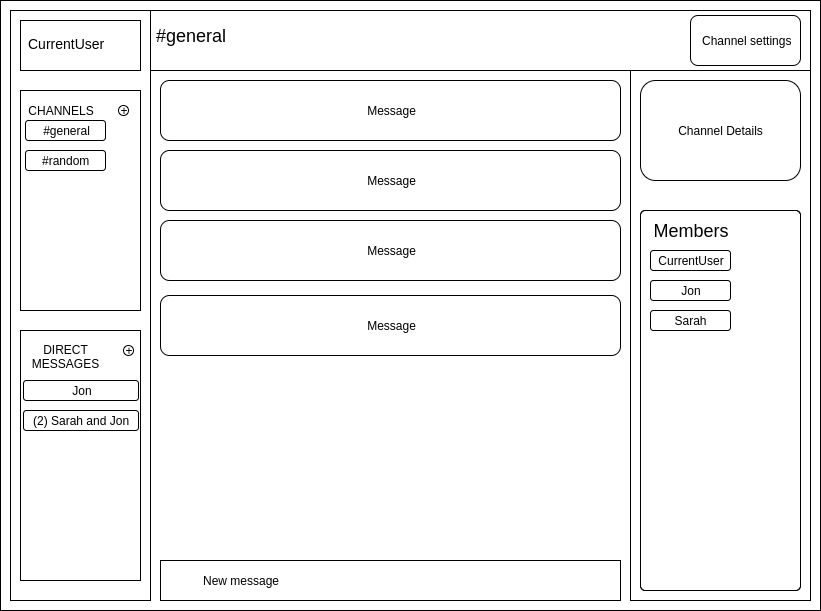
joshgelbard/Remiss keeps this draw.io diagram as docs/wireframes/chat-view.png. Above is the earlier version. Source tidied: cells renumbered, new cells last; positions are measured from the earlier drawing's top-left corner, leaving out a move shared by most shapes.
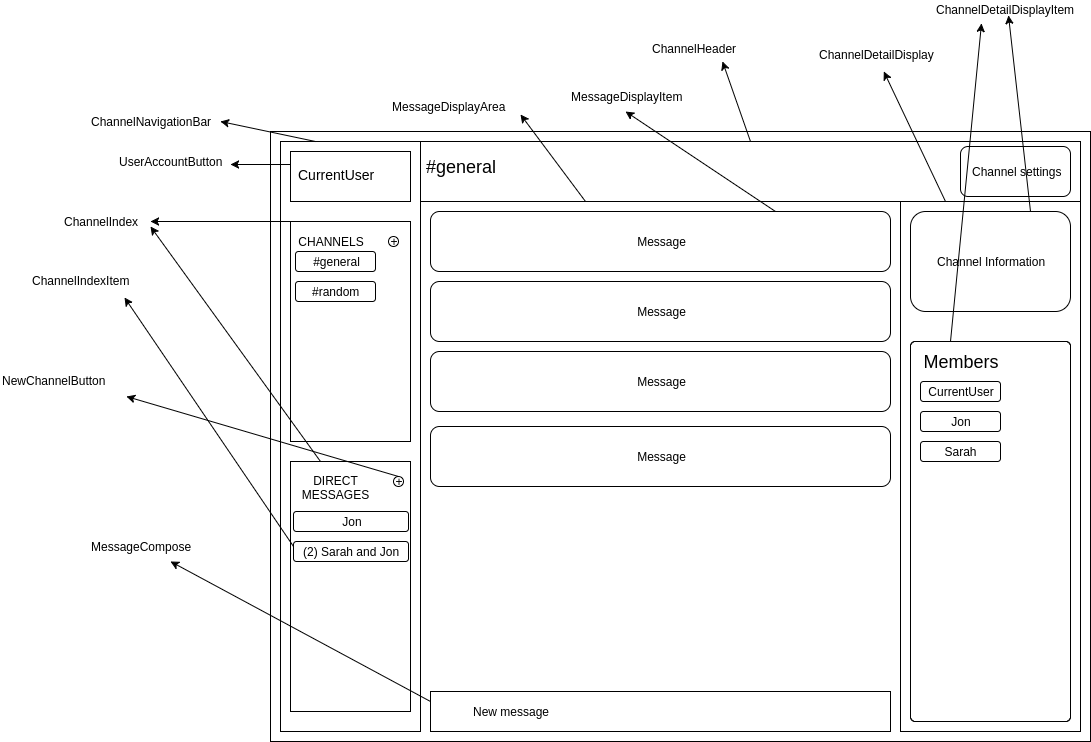
Above is the later version.

The edit, as a diff of the source:
```diff
@@ -47,7 +47,7 @@
     <mxCell id="16" value="(2) Sarah and Jon" style="rounded=1;whiteSpace=wrap;html=1;" parent="1" vertex="1">
       <mxGeometry x="23" y="410" width="115" height="20" as="geometry" />
     </mxCell>
-    <mxCell id="17" value="Channel Details" style="rounded=1;whiteSpace=wrap;html=1;" parent="1" vertex="1">
+    <mxCell id="17" value="Channel Information" style="rounded=1;whiteSpace=wrap;html=1;" parent="1" vertex="1">
       <mxGeometry x="640" y="80" width="160" height="100" as="geometry" />
     </mxCell>
     <mxCell id="18" style="rounded=1;whiteSpace=wrap;html=1;arcSize=3;" parent="1" vertex="1">
@@ -92,5 +92,81 @@
     <mxCell id="31" value="Jon" style="rounded=1;whiteSpace=wrap;html=1;" parent="1" vertex="1">
       <mxGeometry x="23" y="380" width="115" height="20" as="geometry" />
     </mxCell>
+    <mxCell id="32" style="endArrow=classic;html=1;exitX=0.25;exitY=0;" parent="1" edge="1" source="3">
+      <mxGeometry relative="1" as="geometry">
+        <mxPoint x="-50" y="-10" as="targetPoint" />
+      </mxGeometry>
+    </mxCell>
+    <mxCell id="33" value="ChannelNavigationBar" style="text;html=1;strokeColor=none;fillColor=none;align=center;verticalAlign=middle;whiteSpace=wrap;" parent="1" vertex="1">
+      <mxGeometry x="-140" y="-20" width="40" height="20" as="geometry" />
+    </mxCell>
+    <mxCell id="34" style="endArrow=classic;html=1;exitX=0;exitY=0.25;" parent="1" edge="1" source="4">
+      <mxGeometry relative="1" as="geometry">
+        <mxPoint x="-40" y="33" as="targetPoint" />
+      </mxGeometry>
+    </mxCell>
+    <mxCell id="35" value="UserAccountButton" style="text;html=1;strokeColor=none;fillColor=none;align=center;verticalAlign=middle;whiteSpace=wrap;" parent="1" vertex="1">
+      <mxGeometry x="-120" y="20" width="40" height="20" as="geometry" />
+    </mxCell>
+    <mxCell id="36" value="ChannelIndex" style="text;html=1;strokeColor=none;fillColor=none;align=center;verticalAlign=middle;whiteSpace=wrap;" parent="1" vertex="1">
+      <mxGeometry x="-220" y="80" width="100" height="20" as="geometry" />
+    </mxCell>
+    <mxCell id="37" style="endArrow=classic;html=1;exitX=0.25;exitY=0;entryX=1;entryY=0.5;" parent="1" edge="1" source="5" target="36">
+      <mxGeometry relative="1" as="geometry" />
+    </mxCell>
+    <mxCell id="38" value="ChannelIndexItem" style="text;html=1;points=[];align=left;verticalAlign=top;spacingTop=-4;" parent="1" vertex="1">
+      <mxGeometry x="-240" y="140" width="110" height="20" as="geometry" />
+    </mxCell>
+    <mxCell id="39" style="endArrow=classic;html=1;exitX=0.25;exitY=0;entryX=1;entryY=0.75;" parent="1" edge="1" source="6" target="36">
+      <mxGeometry relative="1" as="geometry" />
+    </mxCell>
+    <mxCell id="40" style="endArrow=classic;html=1;exitX=0;exitY=0.25;entryX=0.857;entryY=1.323;entryPerimeter=0;" parent="1" edge="1" source="16" target="38">
+      <mxGeometry relative="1" as="geometry" />
+    </mxCell>
+    <mxCell id="41" value="MessageDisplayArea" style="text;html=1;strokeColor=none;fillColor=none;align=center;verticalAlign=middle;whiteSpace=wrap;" parent="1" vertex="1">
+      <mxGeometry x="105" y="-40" width="145" height="30" as="geometry" />
+    </mxCell>
+    <mxCell id="42" style="endArrow=classic;html=1;exitX=0.25;exitY=1;entryX=1;entryY=0.75;" parent="1" edge="1" source="7" target="41">
+      <mxGeometry relative="1" as="geometry" />
+    </mxCell>
+    <mxCell id="43" value="MessageDisplayItem" style="text;html=1;strokeColor=none;fillColor=none;align=center;verticalAlign=middle;whiteSpace=wrap;" parent="1" vertex="1">
+      <mxGeometry x="295" y="-50.5" width="120" height="30" as="geometry" />
+    </mxCell>
+    <mxCell id="44" style="endArrow=classic;html=1;exitX=0.75;exitY=0;entryX=0.5;entryY=1;" parent="1" edge="1" source="23" target="43">
+      <mxGeometry relative="1" as="geometry" />
+    </mxCell>
+    <mxCell id="45" style="endArrow=classic;html=1;exitX=0;exitY=0.25;entryX=0.75;entryY=1;" parent="1" edge="1" source="9" target="46">
+      <mxGeometry relative="1" as="geometry" />
+    </mxCell>
+    <mxCell id="46" value="MessageCompose" style="text;html=1;strokeColor=none;fillColor=none;align=center;verticalAlign=middle;whiteSpace=wrap;" parent="1" vertex="1">
+      <mxGeometry x="-190" y="400" width="120" height="30" as="geometry" />
+    </mxCell>
+    <mxCell id="47" style="endArrow=classic;html=1;exitX=0.5;exitY=0;entryX=1.048;entryY=1.227;entryPerimeter=0;" parent="1" edge="1" source="30" target="48">
+      <mxGeometry relative="1" as="geometry" />
+    </mxCell>
+    <mxCell id="48" value="NewChannelButton" style="text;html=1;points=[];align=left;verticalAlign=top;spacingTop=-4;" parent="1" vertex="1">
+      <mxGeometry x="-270" y="240" width="120" height="20" as="geometry" />
+    </mxCell>
+    <mxCell id="49" style="endArrow=classic;html=1;exitX=0.5;exitY=0;entryX=0.717;entryY=1.095;entryPerimeter=0;" parent="1" edge="1" source="7" target="50">
+      <mxGeometry relative="1" as="geometry" />
+    </mxCell>
+    <mxCell id="50" value="ChannelHeader" style="text;html=1;points=[];align=left;verticalAlign=top;spacingTop=-4;" parent="1" vertex="1">
+      <mxGeometry x="380" y="-92" width="100" height="20" as="geometry" />
+    </mxCell>
+    <mxCell id="51" style="endArrow=classic;html=1;exitX=0.25;exitY=0;" parent="1" edge="1" source="8" target="52">
+      <mxGeometry relative="1" as="geometry" />
+    </mxCell>
+    <mxCell id="52" value="ChannelDetailDisplay" style="text;html=1;strokeColor=none;fillColor=none;align=center;verticalAlign=middle;whiteSpace=wrap;" parent="1" vertex="1">
+      <mxGeometry x="560" y="-95" width="90" height="35" as="geometry" />
+    </mxCell>
+    <mxCell id="53" value="ChannelDetailDisplayItem" style="text;html=1;points=[];align=left;verticalAlign=top;spacingTop=-4;" parent="1" vertex="1">
+      <mxGeometry x="664" y="-131" width="150" height="20" as="geometry" />
+    </mxCell>
+    <mxCell id="54" style="endArrow=classic;html=1;exitX=0.75;exitY=0;entryX=0.492;entryY=0.727;entryPerimeter=0;" parent="1" edge="1" source="17" target="53">
+      <mxGeometry relative="1" as="geometry" />
+    </mxCell>
+    <mxCell id="55" style="endArrow=classic;html=1;exitX=0.25;exitY=0;entryX=0.312;entryY=1.159;entryPerimeter=0;" parent="1" edge="1" source="18" target="53">
+      <mxGeometry relative="1" as="geometry" />
+    </mxCell>
   </root>
 </mxGraphModel>
```
